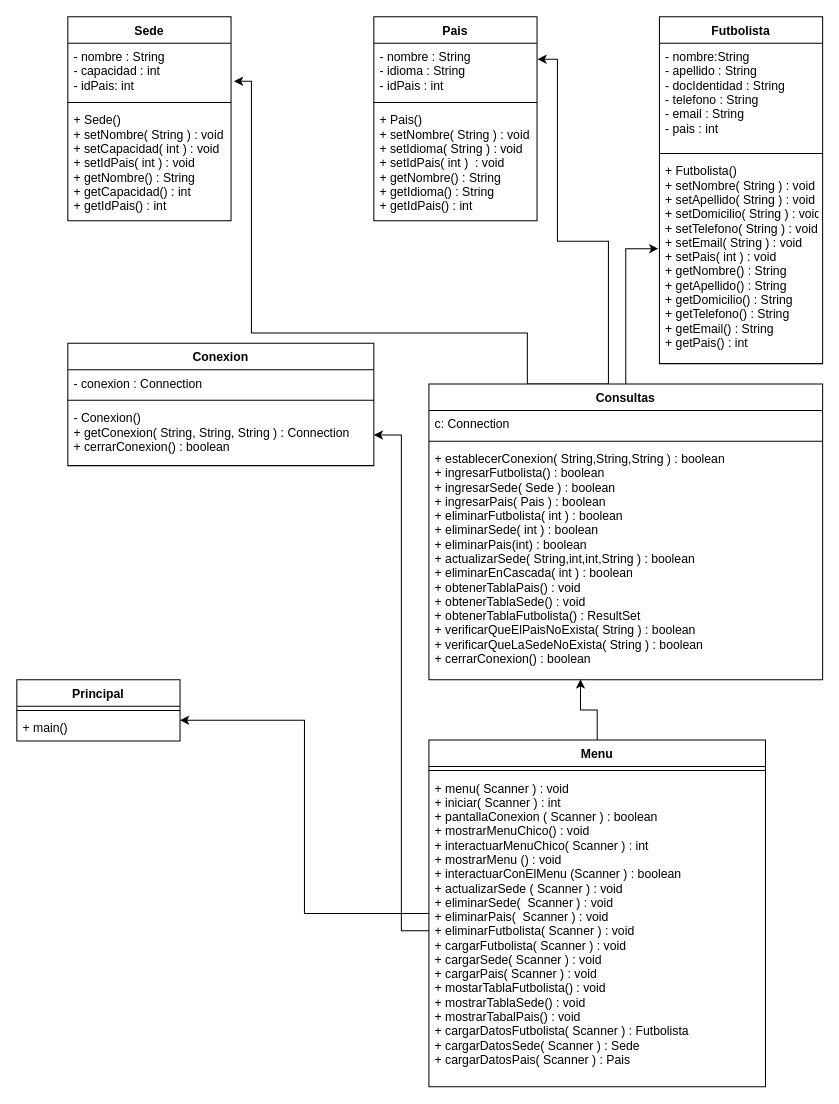
This is uml.drawio from sebastian-butcovich/Base-de-datos-tl2, a draw.io file, before an edit. Source tidied: cells renumbered, new cells numbered last; positions are measured from the earlier drawing's top-left corner, leaving out a move shared by most shapes. Both pictures are drawn from the tidied source at 102%, with x=0, y=0 at pixel (16, 16).
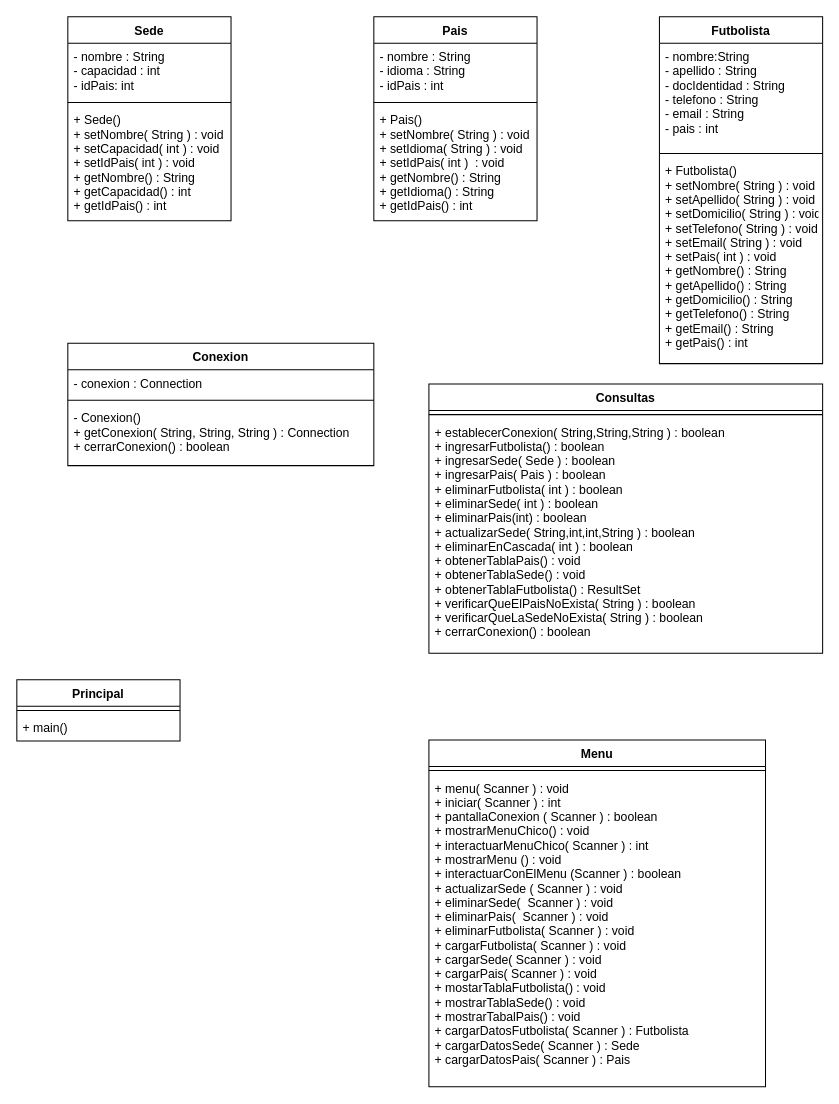
The same page after the edit.

Unchanged cells that the change refers to:
```xml
<mxCell id="3" value="- nombre : String&#10;- idioma : String&#10;- idPais : int" style="text;strokeColor=none;fillColor=none;align=left;verticalAlign=top;spacingLeft=4;spacingRight=4;overflow=hidden;points=[[0,0.5],[1,0.5]];portConstraint=eastwest;" parent="2" vertex="1">
  <mxGeometry y="26" width="160" height="54" as="geometry" />
</mxCell>
<mxCell id="9" value="+ Futbolista()&#10;+ setNombre( String ) : void&#10;+ setApellido( String ) : void&#10;+ setDomicilio( String ) : void&#10;+ setTelefono( String ) : void&#10;+ setEmail( String ) : void&#10;+ setPais( int ) : void &#10;+ getNombre() : String&#10;+ getApellido() : String&#10;+ getDomicilio() : String&#10;+ getTelefono() : String&#10;+ getEmail() : String &#10;+ getPais() : int" style="text;strokeColor=none;fillColor=none;align=left;verticalAlign=top;spacingLeft=4;spacingRight=4;overflow=hidden;points=[[0,0.5],[1,0.5]];portConstraint=eastwest;" parent="6" vertex="1">
  <mxGeometry y="138" width="160" height="202" as="geometry" />
</mxCell>
<mxCell id="11" value="- nombre : String&#10;- capacidad : int&#10;- idPais: int" style="text;strokeColor=none;fillColor=none;align=left;verticalAlign=top;spacingLeft=4;spacingRight=4;overflow=hidden;points=[[0,0.5],[1,0.5]];portConstraint=eastwest;" parent="10" vertex="1">
  <mxGeometry y="26" width="160" height="54" as="geometry" />
</mxCell>
<mxCell id="17" value="- Conexion()&#10;+ getConexion( String, String, String ) : Connection&#10;+ cerrarConexion() : boolean&#10;" style="text;strokeColor=none;fillColor=none;align=left;verticalAlign=top;spacingLeft=4;spacingRight=4;overflow=hidden;points=[[0,0.5],[1,0.5]];portConstraint=eastwest;" parent="14" vertex="1">
  <mxGeometry y="60" width="300" height="60" as="geometry" />
</mxCell>
<mxCell id="27" value="+ main()" style="text;strokeColor=none;fillColor=none;align=left;verticalAlign=top;spacingLeft=4;spacingRight=4;overflow=hidden;points=[[0,0.5],[1,0.5]];portConstraint=eastwest;" parent="25" vertex="1">
  <mxGeometry y="34" width="160" height="26" as="geometry" />
</mxCell>
<mxCell id="30" value="Menu" style="swimlane;fontStyle=1;align=center;verticalAlign=top;horizontal=1;startSize=26;" parent="1" vertex="1">
  <mxGeometry x="404" y="709" width="330" height="340" as="geometry" />
</mxCell>
<mxCell id="32" value="+ menu( Scanner ) : void&#10;+ iniciar( Scanner ) : int&#10;+ pantallaConexion ( Scanner ) : boolean &#10;+ mostrarMenuChico() : void &#10;+ interactuarMenuChico( Scanner ) : int&#10;+ mostrarMenu () : void&#10;+ interactuarConElMenu (Scanner ) : boolean&#10;+ actualizarSede ( Scanner ) : void&#10;+ eliminarSede(  Scanner ) : void&#10;+ eliminarPais(  Scanner ) : void&#10;+ eliminarFutbolista( Scanner ) : void&#10;+ cargarFutbolista( Scanner ) : void&#10;+ cargarSede( Scanner ) : void&#10;+ cargarPais( Scanner ) : void&#10;+ mostarTablaFutbolista() : void&#10;+ mostrarTablaSede() : void&#10;+ mostrarTabalPais() : void&#10;+ cargarDatosFutbolista( Scanner ) : Futbolista&#10;+ cargarDatosSede( Scanner ) : Sede&#10;+ cargarDatosPais( Scanner ) : Pais" style="text;strokeColor=none;fillColor=none;align=left;verticalAlign=top;spacingLeft=4;spacingRight=4;overflow=hidden;points=[[0,0.5],[1,0.5]];portConstraint=eastwest;" parent="30" vertex="1">
  <mxGeometry y="34" width="330" height="306" as="geometry" />
</mxCell>
```

Diff of the diagram source:
```diff
@@
-    <mxCell id="18" style="edgeStyle=orthogonalEdgeStyle;rounded=0;jettySize=auto;html=1;exitX=0.5;exitY=0;exitDx=0;exitDy=0;entryX=-0.007;entryY=0.442;entryDx=0;entryDy=0;entryPerimeter=0;" parent="1" edge="1" source="21" target="9">
-      <mxGeometry relative="1" as="geometry" />
-    </mxCell>
-    <mxCell id="19" style="edgeStyle=orthogonalEdgeStyle;rounded=0;jettySize=auto;html=1;exitX=0.25;exitY=0;exitDx=0;exitDy=0;entryX=1.003;entryY=0.289;entryDx=0;entryDy=0;entryPerimeter=0;" parent="1" edge="1" source="21" target="3">
-      <mxGeometry relative="1" as="geometry">
-        <Array as="points">
-          <mxPoint x="580" y="360" />
-          <mxPoint x="580" y="220" />
-          <mxPoint x="530" y="220" />
-          <mxPoint x="530" y="42" />
-        </Array>
-      </mxGeometry>
-    </mxCell>
-    <mxCell id="20" style="edgeStyle=orthogonalEdgeStyle;rounded=0;jettySize=auto;html=1;entryX=1.018;entryY=0.689;entryDx=0;entryDy=0;entryPerimeter=0;exitX=0.25;exitY=0;exitDx=0;exitDy=0;" parent="1" edge="1" source="21" target="11">
-      <mxGeometry relative="1" as="geometry">
-        <Array as="points">
-          <mxPoint x="501" y="310" />
-          <mxPoint x="230" y="310" />
-          <mxPoint x="230" y="63" />
-        </Array>
-      </mxGeometry>
-    </mxCell>
     <mxCell id="21" value="Consultas" style="swimlane;fontStyle=1;align=center;verticalAlign=top;horizontal=1;startSize=26;" parent="1" vertex="1">
-      <mxGeometry x="404" y="360" width="386" height="290" as="geometry" />
+      <mxGeometry x="404" y="360" width="386" height="264" as="geometry" />
     </mxCell>
-    <mxCell id="22" value="c: Connection" style="text;strokeColor=none;fillColor=none;align=left;verticalAlign=top;spacingLeft=4;spacingRight=4;overflow=hidden;" parent="21" vertex="1">
-      <mxGeometry y="26" width="386" height="26" as="geometry" />
-    </mxCell>
     <mxCell id="23" style="line;strokeWidth=1;fillColor=none;align=left;verticalAlign=middle;spacingTop=-1;spacingLeft=3;spacingRight=3;labelPosition=right;strokeColor=inherit;" parent="21" vertex="1">
-      <mxGeometry y="52" width="386" height="8" as="geometry" />
+      <mxGeometry y="26" width="386" height="8" as="geometry" />
     </mxCell>
     <mxCell id="24" value="+ establecerConexion( String,String,String ) : boolean&#10;+ ingresarFutbolista() : boolean&#10;+ ingresarSede( Sede ) : boolean&#10;+ ingresarPais( Pais ) : boolean&#10;+ eliminarFutbolista( int ) : boolean&#10;+ eliminarSede( int ) : boolean&#10;+ eliminarPais(int) : boolean&#10;+ actualizarSede( String,int,int,String ) : boolean&#10;+ eliminarEnCascada( int ) : boolean &#10;+ obtenerTablaPais() : void&#10;+ obtenerTablaSede() : void&#10;+ obtenerTablaFutbolista() : ResultSet&#10;+ verificarQueElPaisNoExista( String ) : boolean&#10;+ verificarQueLaSedeNoExista( String ) : boolean&#10;+ cerrarConexion() : boolean" style="text;strokeColor=none;fillColor=none;align=left;verticalAlign=top;spacingLeft=4;spacingRight=4;overflow=hidden;points=[[0,0.5],[1,0.5]];portConstraint=eastwest;" parent="21" vertex="1">
-      <mxGeometry y="60" width="386" height="230" as="geometry" />
+      <mxGeometry y="34" width="386" height="230" as="geometry" />
     </mxCell>
@@
-    <mxCell id="28" style="edgeStyle=orthogonalEdgeStyle;rounded=0;jettySize=auto;html=1;entryX=1;entryY=0.215;entryDx=0;entryDy=0;entryPerimeter=0;" parent="1" edge="1" source="30" target="27">
-      <mxGeometry relative="1" as="geometry" />
-    </mxCell>
-    <mxCell id="29" style="edgeStyle=orthogonalEdgeStyle;rounded=0;jettySize=auto;html=1;entryX=0.385;entryY=0.998;entryDx=0;entryDy=0;entryPerimeter=0;" parent="1" edge="1" source="30" target="24">
-      <mxGeometry relative="1" as="geometry" />
-    </mxCell>
@@
-    <mxCell id="33" style="edgeStyle=orthogonalEdgeStyle;rounded=0;jettySize=auto;html=1;exitX=0;exitY=0.5;exitDx=0;exitDy=0;entryX=1;entryY=0.5;entryDx=0;entryDy=0;" parent="1" edge="1" source="32" target="17">
-      <mxGeometry relative="1" as="geometry" />
-    </mxCell>
```
